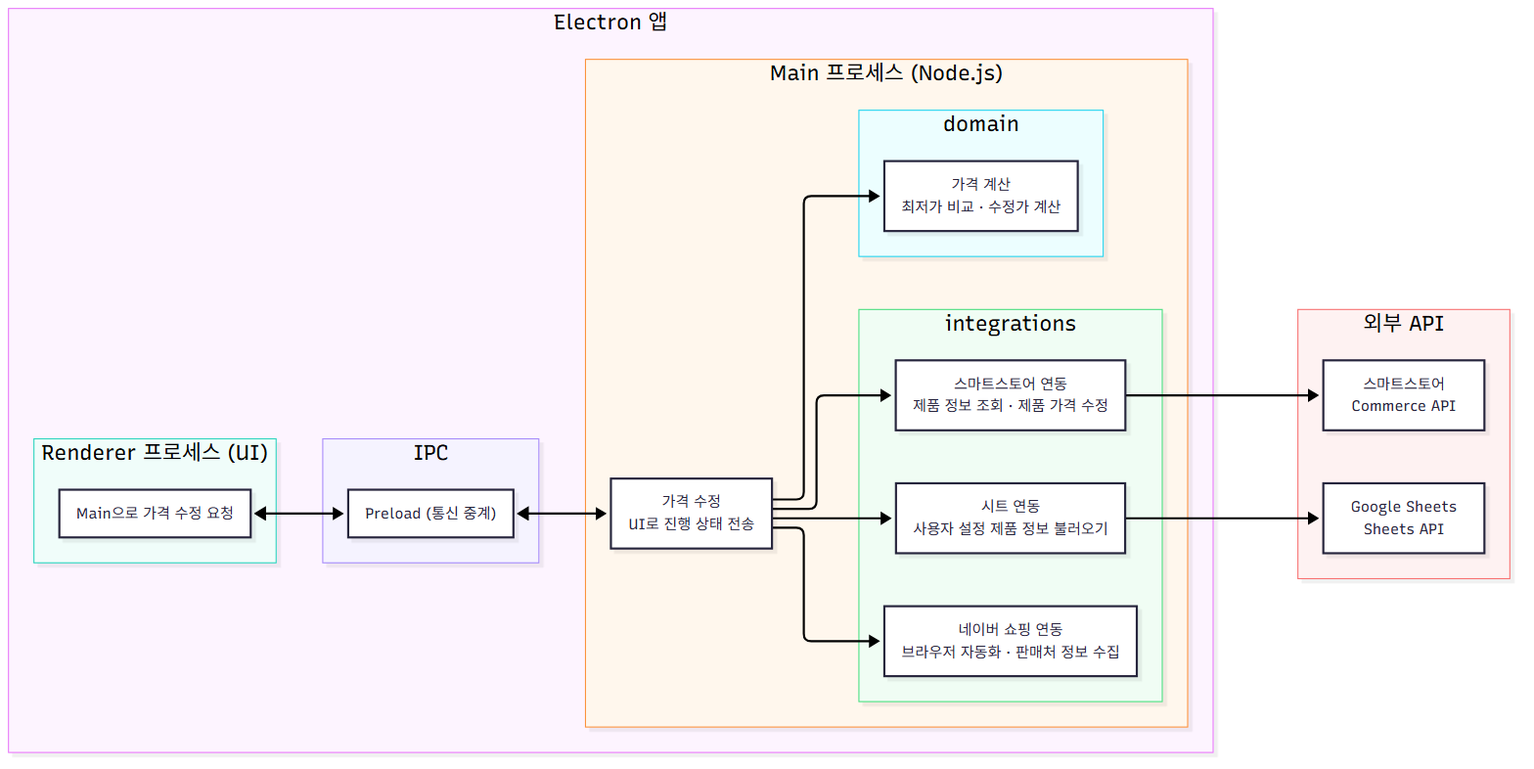
Before: assets/architecture.png, a diagram exported from Mermaid (J8rl-Chik/smartstore-price-bot). Its source is kept beside it as assets/architecture.mmd.
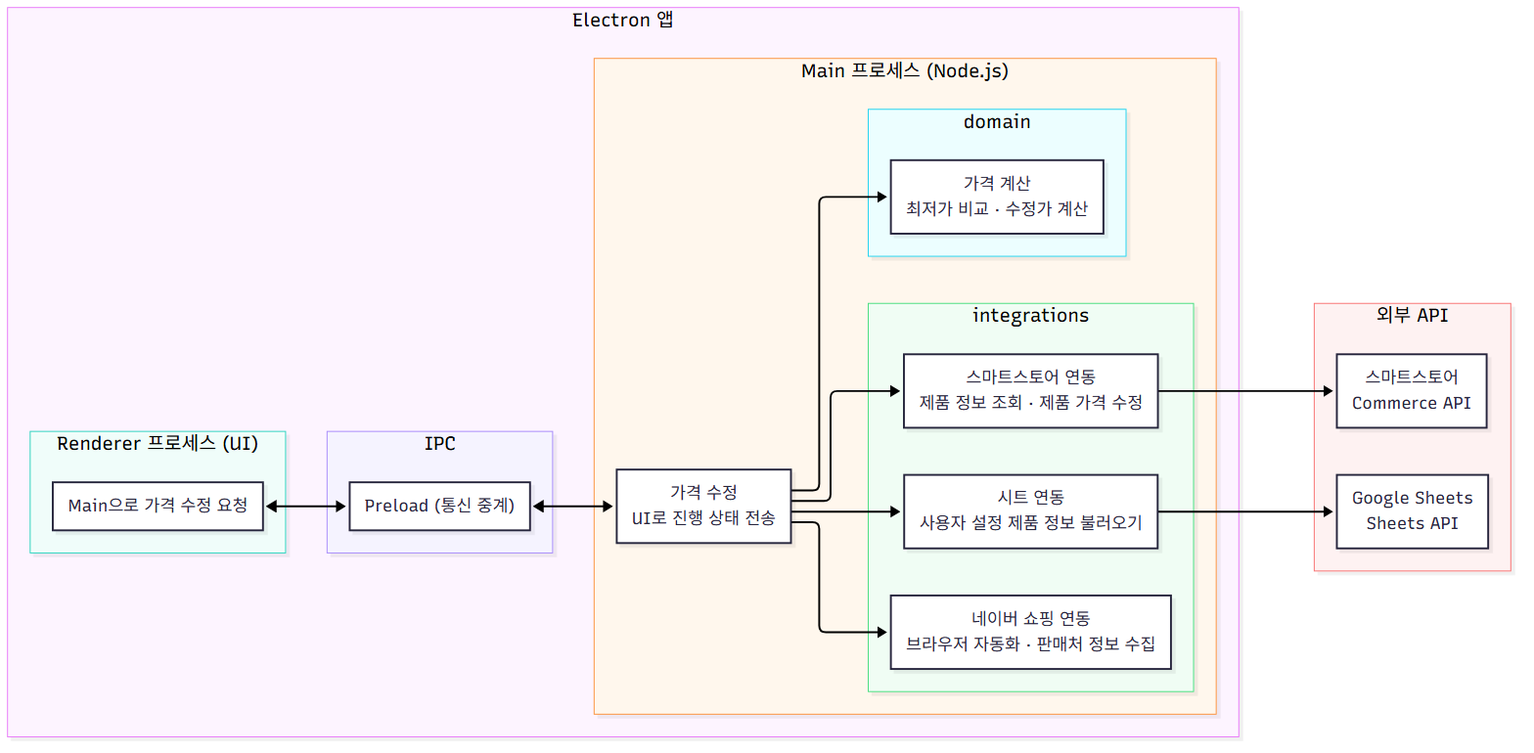
After the change.

Commit message:
docs: architecture 다이어그램 노드 글자 크기를 18px로 변경

- themeVariables.fontSize를 18px로 설정하고 이미지를 다시 생성

What changed in the source:
```diff
@@ -1,4 +1,4 @@
-%%{init: {"flowchart": {"htmlLabels": false, "wrappingWidth": 400}, "themeCSS": ".cluster-label text { font-size: 20px; font-weight: bold; }"}}%%
+%%{init: {"flowchart": {"htmlLabels": false, "wrappingWidth": 400}, "themeVariables": {"fontSize": "18px"}, "themeCSS": ".cluster-label text { font-size: 20px; font-weight: bold; }"}}%%
 flowchart LR
   subgraph Electron["Electron 앱"]
     direction LR
```
